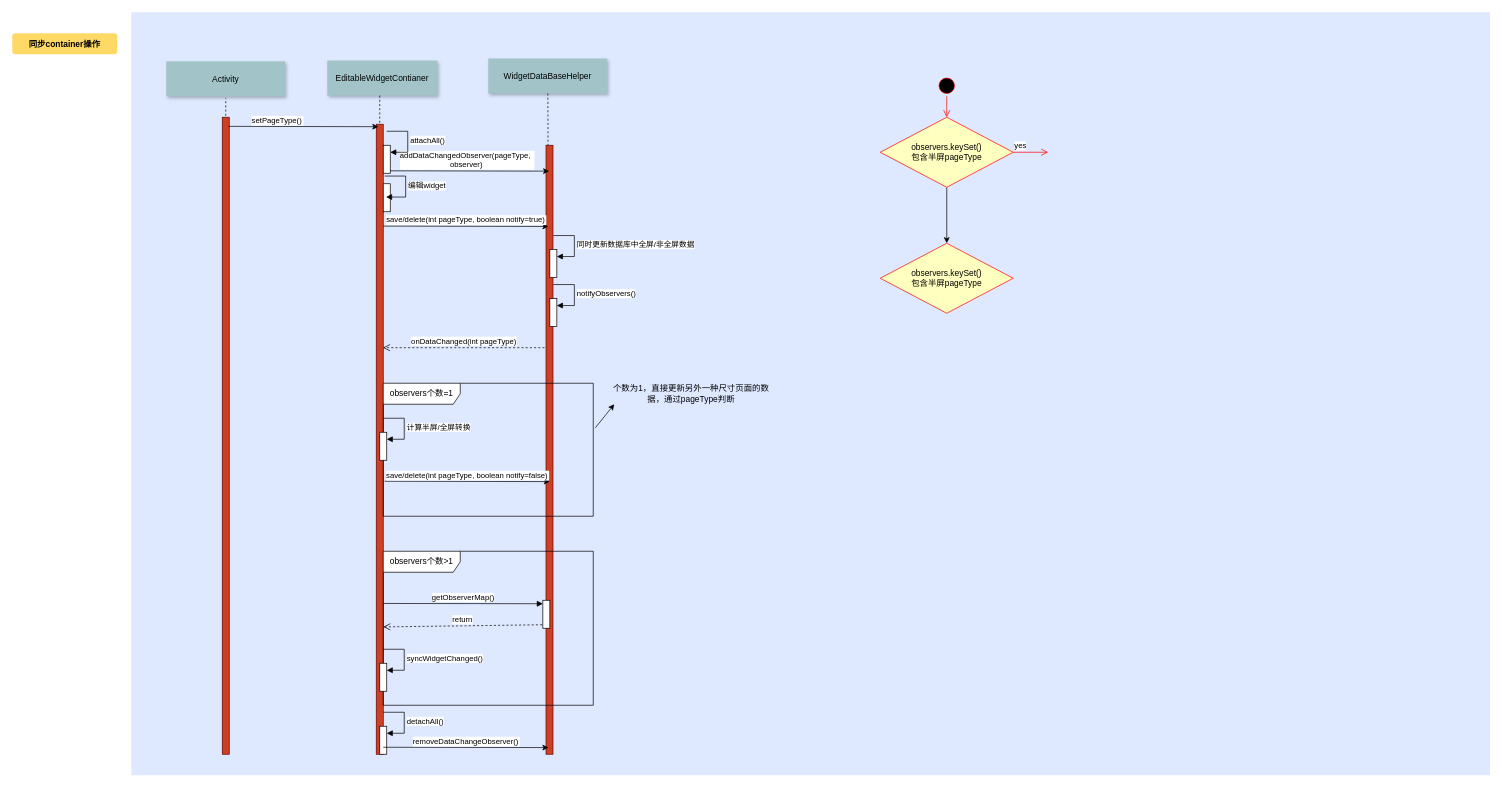
Earlier version of the draw.io diagram widget同步container操作.drawio (jasonjiang1018/draw.io-UML). Source tidied: cells renumbered, new cells numbered last; positions are measured from the earlier drawing's top-left corner, leaving out a move shared by most shapes. Both pictures are drawn from the tidied source at 70%, with x=0, y=0 at pixel (12, 12).
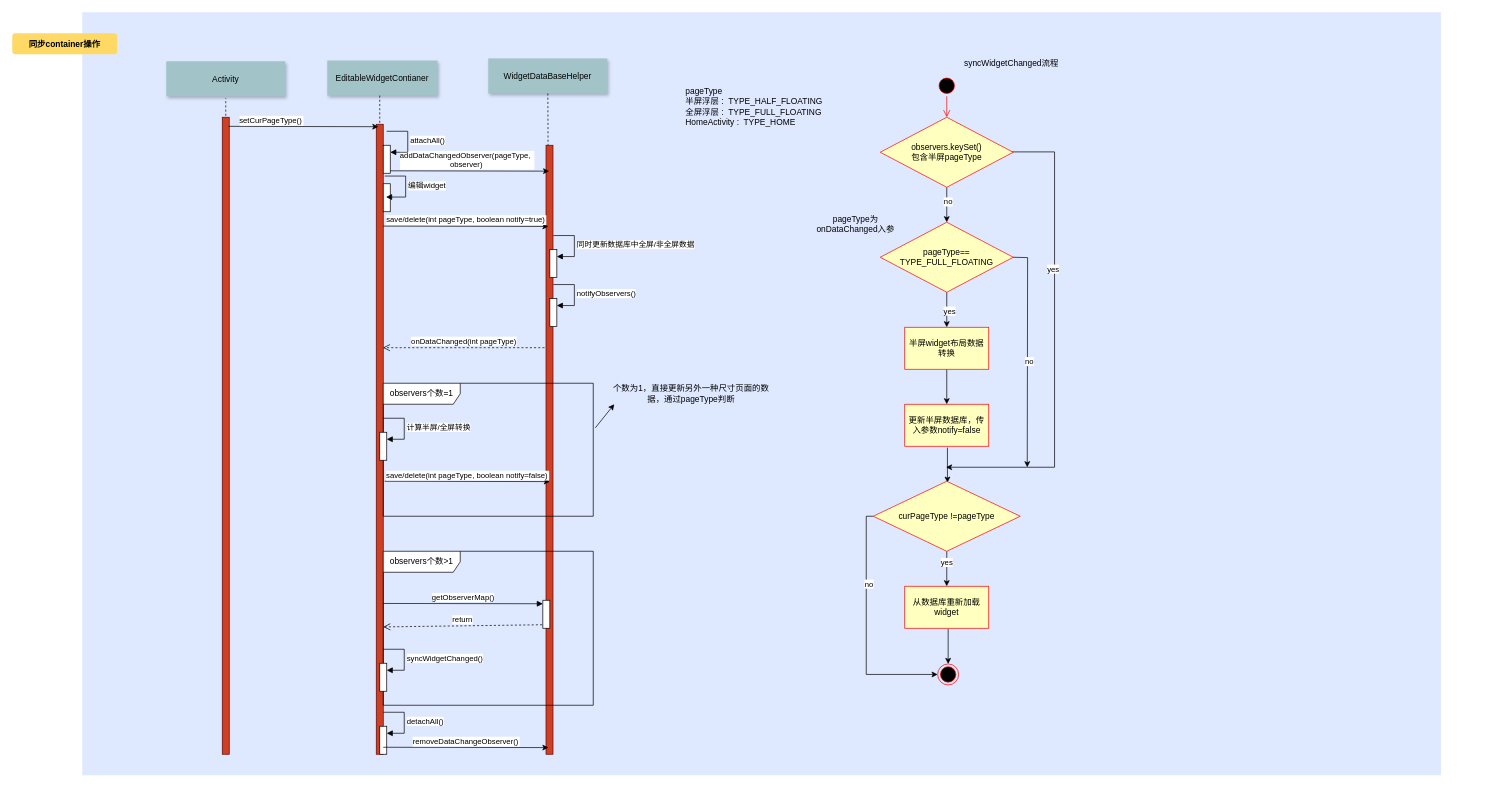
Above is the later version.

Commit message (it also covers changes not shown here):
更新widget同步container操作.drawio

The change refers to these unchanged cells:
```xml
<mxCell id="43" value="&lt;div&gt;observers.keySet()&lt;/div&gt;&lt;div&gt;包含半屏pageType&lt;/div&gt;" style="rhombus;whiteSpace=wrap;html=1;fontColor=#000000;fillColor=#ffffc0;strokeColor=#ff0000;" parent="1" vertex="1">
  <mxGeometry x="1240" y="150" width="190" height="100" as="geometry" />
</mxCell>
```

Diff of the diagram source:
```diff
@@
     <mxCell id="2" style="fillColor=#DEE8FF;strokeColor=none;" parent="1" vertex="1">
-      <mxGeometry x="170" width="1941" height="1090" as="geometry" />
+      <mxGeometry x="100" width="1941" height="1090" as="geometry" />
     </mxCell>
@@
-    <mxCell id="34" value="setPageType()" style="edgeStyle=none;verticalLabelPosition=top;verticalAlign=bottom;labelPosition=left;align=right;exitX=0.6;exitY=0.039;exitDx=0;exitDy=0;exitPerimeter=0;" parent="1" edge="1">
+    <mxCell id="34" value="setCurPageType()" style="edgeStyle=none;verticalLabelPosition=top;verticalAlign=bottom;labelPosition=left;align=right;exitX=0.6;exitY=0.039;exitDx=0;exitDy=0;exitPerimeter=0;" parent="1" edge="1">
       <mxGeometry x="110" y="49.5" as="geometry">
         <mxPoint x="309" y="163" as="sourcePoint" />
         <mxPoint x="523" y="163.5" as="targetPoint" />
       </mxGeometry>
     </mxCell>
@@
-    <mxCell id="42" style="edgeStyle=orthogonalEdgeStyle;rounded=0;jettySize=auto;html=1;" parent="1" edge="1" source="43" target="45">
-      <mxGeometry relative="1" as="geometry" />
-    </mxCell>
+    <mxCell id="46" style="edgeStyle=orthogonalEdgeStyle;rounded=0;jettySize=auto;html=1;" parent="1" edge="1" source="43" target="55">
+      <mxGeometry relative="1" as="geometry" />
+    </mxCell>
+    <mxCell id="47" value="no" style="edgeLabel;html=1;align=center;verticalAlign=middle;" parent="46" vertex="1">
+      <mxGeometry x="-0.2" y="1" relative="1" as="geometry" />
+    </mxCell>
+    <mxCell id="48" style="edgeStyle=orthogonalEdgeStyle;rounded=0;orthogonalLoop=1;jettySize=auto;html=1;exitX=0.649;exitY=0.183;exitDx=0;exitDy=0;exitPerimeter=0;" parent="1" edge="1">
+      <mxGeometry relative="1" as="geometry">
+        <mxPoint x="1363.7" y="199.5" as="sourcePoint" />
+        <mxPoint x="1334" y="650" as="targetPoint" />
+        <Array as="points">
+          <mxPoint x="1489" y="200" />
+          <mxPoint x="1489" y="650" />
+        </Array>
+      </mxGeometry>
+    </mxCell>
+    <mxCell id="49" value="&lt;div&gt;yes&lt;/div&gt;" style="edgeLabel;html=1;align=center;verticalAlign=middle;" parent="48" vertex="1">
+      <mxGeometry x="-0.2" y="-3" relative="1" as="geometry" />
+    </mxCell>
@@
-    <mxCell id="44" value="&lt;div&gt;yes&lt;/div&gt;" style="edgeStyle=orthogonalEdgeStyle;html=1;align=left;verticalAlign=bottom;endArrow=open;endSize=8;strokeColor=#ff0000;rounded=0;" parent="1" edge="1" source="43">
-      <mxGeometry x="-1" relative="1" as="geometry">
-        <mxPoint x="1480" y="200" as="targetPoint" />
-      </mxGeometry>
-    </mxCell>
-    <mxCell id="45" value="&lt;div&gt;observers.keySet()&lt;/div&gt;&lt;div&gt;包含半屏pageType&lt;/div&gt;" style="rhombus;whiteSpace=wrap;html=1;fontColor=#000000;fillColor=#ffffc0;strokeColor=#ff0000;" parent="1" vertex="1">
-      <mxGeometry x="1240" y="330" width="190" height="100" as="geometry" />
-    </mxCell>
+    <mxCell id="50" value="pageType&lt;br&gt;半屏浮层 :&amp;nbsp; TYPE_HALF_FLOATING&lt;br&gt;&lt;div&gt;全屏浮层 :&amp;nbsp; TYPE_FULL_FLOATING&lt;/div&gt;&lt;div&gt;HomeActivity :&amp;nbsp; TYPE_HOME&lt;br&gt;&lt;/div&gt;" style="text;html=1;whiteSpace=wrap;overflow=hidden;rounded=0;" parent="1" vertex="1">
+      <mxGeometry x="960" y="100" width="240" height="120" as="geometry" />
+    </mxCell>
+    <mxCell id="51" style="edgeStyle=orthogonalEdgeStyle;rounded=0;jettySize=auto;html=1;" parent="1" edge="1" source="55" target="57">
+      <mxGeometry relative="1" as="geometry" />
+    </mxCell>
+    <mxCell id="52" value="&lt;div&gt;yes&lt;/div&gt;" style="edgeLabel;html=1;align=center;verticalAlign=middle;" parent="51" vertex="1">
+      <mxGeometry x="0.04" y="3" relative="1" as="geometry" />
+    </mxCell>
+    <mxCell id="53" style="edgeStyle=orthogonalEdgeStyle;rounded=0;orthogonalLoop=1;jettySize=auto;html=1;" parent="1" edge="1">
+      <mxGeometry relative="1" as="geometry">
+        <mxPoint x="1429.5" y="350" as="sourcePoint" />
+        <mxPoint x="1450" y="650" as="targetPoint" />
+      </mxGeometry>
+    </mxCell>
+    <mxCell id="54" value="no" style="edgeLabel;html=1;align=center;verticalAlign=middle;" parent="53" vertex="1">
+      <mxGeometry x="0.05" y="2" relative="1" as="geometry">
+        <mxPoint y="1" as="offset" />
+      </mxGeometry>
+    </mxCell>
+    <mxCell id="55" value="&lt;div&gt;pageType==&lt;/div&gt;&lt;div&gt;TYPE_FULL_FLOATING&lt;/div&gt;" style="rhombus;whiteSpace=wrap;html=1;fontColor=#000000;fillColor=#ffffc0;strokeColor=#ff0000;" parent="1" vertex="1">
+      <mxGeometry x="1240" y="300" width="190" height="100" as="geometry" />
+    </mxCell>
+    <mxCell id="56" style="edgeStyle=orthogonalEdgeStyle;rounded=0;jettySize=auto;html=1;" parent="1" edge="1" source="57" target="59">
+      <mxGeometry relative="1" as="geometry" />
+    </mxCell>
+    <mxCell id="57" value="半屏widget布局数据转换" style="whiteSpace=wrap;html=1;fillColor=#ffffc0;strokeColor=#ff0000;fontColor=#000000;" parent="1" vertex="1">
+      <mxGeometry x="1275" y="450" width="120" height="60" as="geometry" />
+    </mxCell>
+    <mxCell id="58" style="edgeStyle=orthogonalEdgeStyle;rounded=0;orthogonalLoop=1;jettySize=auto;html=1;" parent="1" edge="1">
+      <mxGeometry relative="1" as="geometry">
+        <mxPoint x="1336" y="622" as="sourcePoint" />
+        <mxPoint x="1336" y="672" as="targetPoint" />
+        <Array as="points">
+          <mxPoint x="1336" y="672" />
+          <mxPoint x="1336" y="672" />
+        </Array>
+      </mxGeometry>
+    </mxCell>
+    <mxCell id="59" value="更新半屏数据库，传入参数notify=false" style="whiteSpace=wrap;html=1;fillColor=#ffffc0;strokeColor=#ff0000;fontColor=#000000;" parent="1" vertex="1">
+      <mxGeometry x="1275" y="560" width="120" height="60" as="geometry" />
+    </mxCell>
+    <mxCell id="60" style="edgeStyle=orthogonalEdgeStyle;rounded=0;jettySize=auto;html=1;" parent="1" edge="1" source="64" target="67">
+      <mxGeometry relative="1" as="geometry" />
+    </mxCell>
+    <mxCell id="61" value="yes" style="edgeLabel;html=1;align=center;verticalAlign=middle;" parent="60" vertex="1">
+      <mxGeometry x="-0.4" y="-1" relative="1" as="geometry" />
+    </mxCell>
+    <mxCell id="62" style="edgeStyle=orthogonalEdgeStyle;rounded=0;jettySize=auto;html=1;entryX=0;entryY=0.5;entryDx=0;entryDy=0;" parent="1" edge="1" source="64" target="68">
+      <mxGeometry relative="1" as="geometry">
+        <Array as="points">
+          <mxPoint x="1220" y="720" />
+          <mxPoint x="1220" y="946" />
+        </Array>
+      </mxGeometry>
+    </mxCell>
+    <mxCell id="63" value="no" style="edgeLabel;html=1;align=center;verticalAlign=middle;" parent="62" vertex="1">
+      <mxGeometry x="-0.37" y="3" relative="1" as="geometry" />
+    </mxCell>
+    <mxCell id="64" value="curPageType !=pageType" style="rhombus;whiteSpace=wrap;html=1;fillColor=#ffffc0;strokeColor=#ff0000;fontColor=#000000;" parent="1" vertex="1">
+      <mxGeometry x="1230" y="670" width="210" height="100" as="geometry" />
+    </mxCell>
+    <mxCell id="65" value="pageType为onDataChanged入参" style="text;html=1;align=center;verticalAlign=middle;whiteSpace=wrap;rounded=0;" parent="1" vertex="1">
+      <mxGeometry x="1140" y="285" width="130" height="35" as="geometry" />
+    </mxCell>
+    <mxCell id="66" value="syncWidgetChanged流程" style="text;html=1;align=center;verticalAlign=middle;whiteSpace=wrap;rounded=0;" parent="1" vertex="1">
+      <mxGeometry x="1340" y="55" width="175" height="35" as="geometry" />
+    </mxCell>
+    <mxCell id="67" value="从数据库重新加载widget" style="whiteSpace=wrap;html=1;fillColor=#ffffc0;strokeColor=#ff0000;fontColor=#000000;" parent="1" vertex="1">
+      <mxGeometry x="1275" y="820" width="120" height="60" as="geometry" />
+    </mxCell>
+    <mxCell id="68" style="ellipse;html=1;shape=endState;fillColor=#000000;strokeColor=#ff0000;" parent="1" vertex="1">
+      <mxGeometry x="1322" y="931" width="30" height="30" as="geometry" />
+    </mxCell>
+    <mxCell id="69" style="edgeStyle=orthogonalEdgeStyle;rounded=0;orthogonalLoop=1;jettySize=auto;html=1;" parent="1" edge="1">
+      <mxGeometry relative="1" as="geometry">
+        <mxPoint x="1337" y="881" as="sourcePoint" />
+        <mxPoint x="1337" y="931" as="targetPoint" />
+      </mxGeometry>
+    </mxCell>
```
